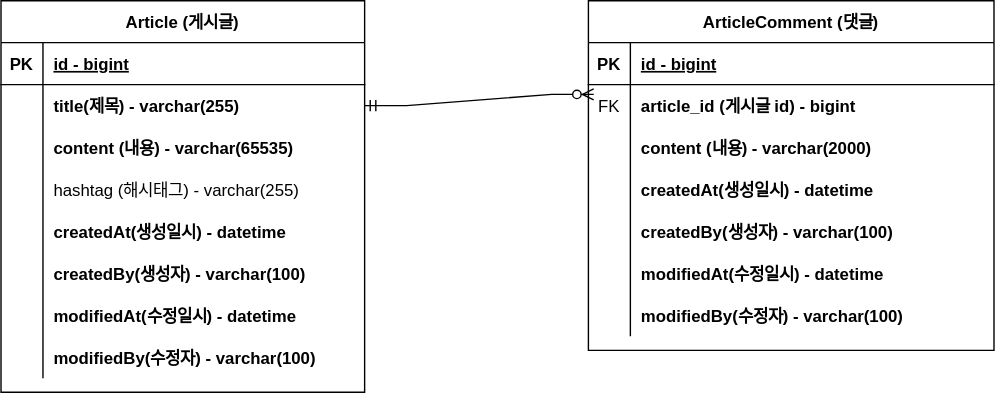
The draw.io diagram document/project-board-erd.svg in akak4456/practice, before a commit. Source tidied: cells renumbered, new cells last; positions are measured from the earlier drawing's top-left corner, leaving out a move shared by most shapes.
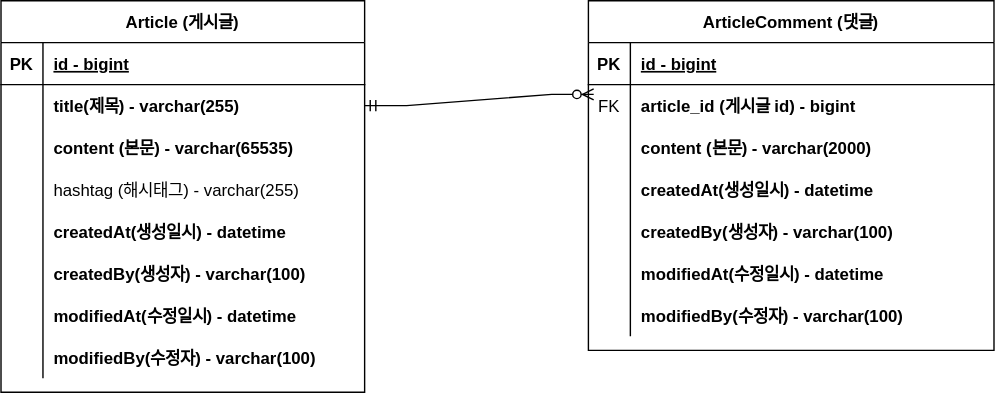
After the commit.

The edit, as a diff of the source:
```diff
@@ -29,7 +29,7 @@
     <mxCell id="10" style="shape=partialRectangle;overflow=hidden;fillColor=none;top=0;left=0;bottom=0;right=0;" parent="9" vertex="1">
       <mxGeometry width="30" height="30" as="geometry" />
     </mxCell>
-    <mxCell id="11" value="content (내용) - varchar(65535)" style="shape=partialRectangle;overflow=hidden;fillColor=none;top=0;left=0;bottom=0;right=0;align=left;spacingLeft=6;fontStyle=1;" parent="9" vertex="1">
+    <mxCell id="11" value="content (본문) - varchar(65535)" style="shape=partialRectangle;overflow=hidden;fillColor=none;top=0;left=0;bottom=0;right=0;align=left;spacingLeft=6;fontStyle=1;" parent="9" vertex="1">
       <mxGeometry x="30" width="230" height="30" as="geometry" />
     </mxCell>
     <mxCell id="12" style="shape=partialRectangle;fillColor=none;top=0;left=0;right=0;bottom=0;" parent="2" vertex="1">
@@ -104,7 +104,7 @@
     <mxCell id="35" style="shape=partialRectangle;overflow=hidden;fillColor=none;top=0;left=0;bottom=0;right=0;" parent="34" vertex="1">
       <mxGeometry width="30" height="30" as="geometry" />
     </mxCell>
-    <mxCell id="36" value="content (내용) - varchar(2000)" style="shape=partialRectangle;overflow=hidden;fillColor=none;top=0;left=0;bottom=0;right=0;align=left;spacingLeft=6;fontStyle=1;" parent="34" vertex="1">
+    <mxCell id="36" value="content (본문) - varchar(2000)" style="shape=partialRectangle;overflow=hidden;fillColor=none;top=0;left=0;bottom=0;right=0;align=left;spacingLeft=6;fontStyle=1;" parent="34" vertex="1">
       <mxGeometry x="30" width="260" height="30" as="geometry" />
     </mxCell>
     <mxCell id="37" style="shape=partialRectangle;fillColor=none;top=0;left=0;right=0;bottom=0;" parent="27" vertex="1">
```
